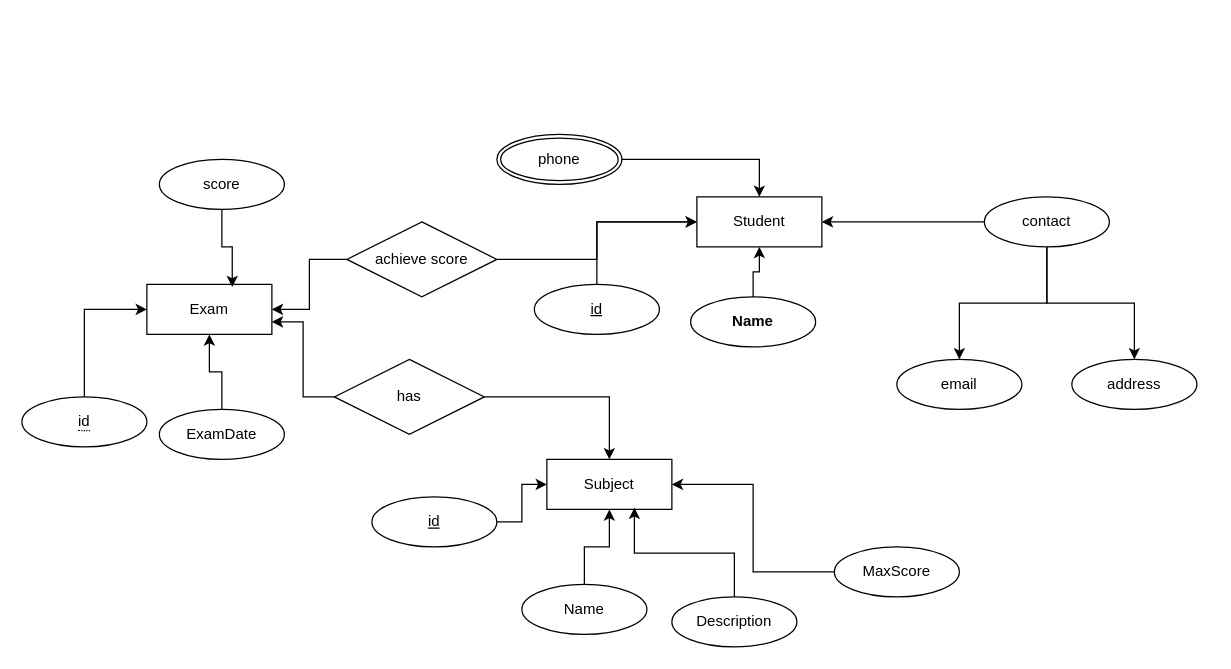
Before: iti1.drawio in andrew-atef/andrew-atef, a draw.io diagram. Source tidied: cells renumbered, new cells numbered last; positions are measured from the earlier drawing's top-left corner, leaving out a move shared by most shapes. Both pictures are drawn from the tidied source at 125%, with x=0, y=0 at pixel (21, 134).
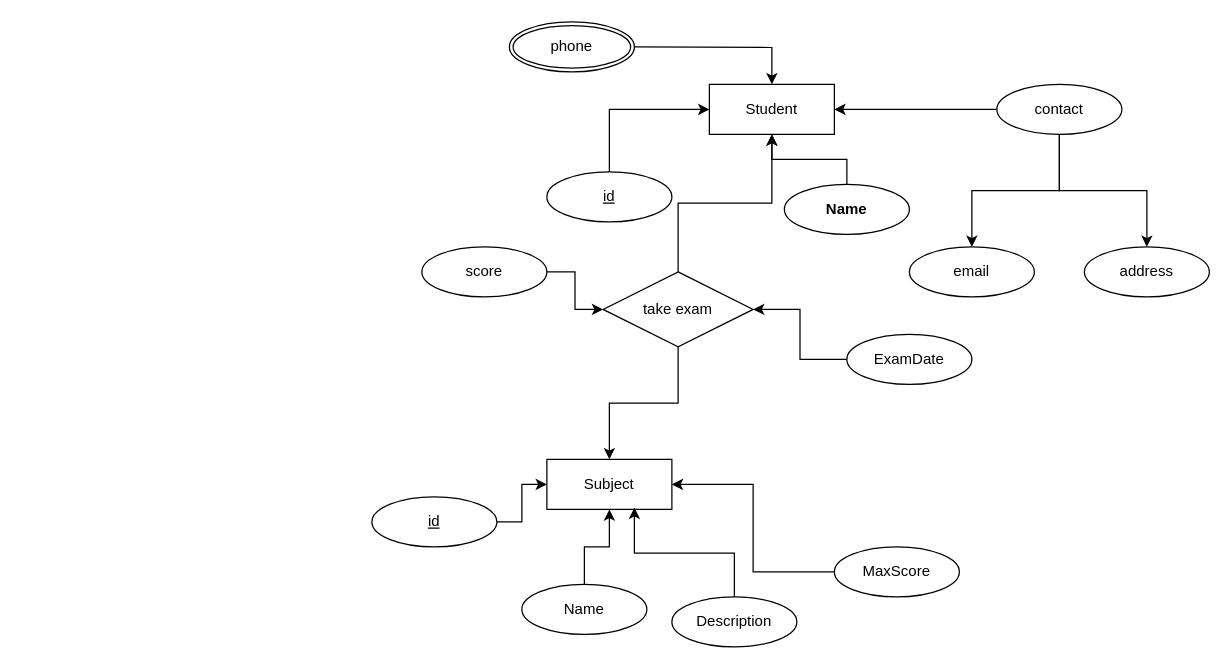
After the change.

Unchanged cells that the change refers to:
```xml
<mxCell id="15" value="Subject" style="whiteSpace=wrap;html=1;align=center;" parent="1" vertex="1">
  <mxGeometry x="420" y="260" width="100" height="40" as="geometry" />
</mxCell>
```

Diff of the diagram source:
```diff
@@
     <mxCell id="2" value="Student" style="whiteSpace=wrap;html=1;align=center;" parent="1" vertex="1">
-      <mxGeometry x="540" y="50" width="100" height="40" as="geometry" />
+      <mxGeometry x="550" y="-40" width="100" height="40" as="geometry" />
     </mxCell>
@@
     <mxCell id="4" value="Name" style="ellipse;whiteSpace=wrap;html=1;align=center;fontStyle=1;" parent="1" vertex="1">
-      <mxGeometry x="535" y="130" width="100" height="40" as="geometry" />
+      <mxGeometry x="610" y="40" width="100" height="40" as="geometry" />
     </mxCell>
@@
     <mxCell id="6" value="id" style="ellipse;whiteSpace=wrap;html=1;align=center;fontStyle=4;" parent="1" vertex="1">
-      <mxGeometry x="410" y="120" width="100" height="40" as="geometry" />
+      <mxGeometry x="420" y="30" width="100" height="40" as="geometry" />
     </mxCell>
@@
     <mxCell id="10" value="contact" style="ellipse;whiteSpace=wrap;html=1;align=center;" parent="1" vertex="1">
-      <mxGeometry x="770" y="50" width="100" height="40" as="geometry" />
+      <mxGeometry x="780" y="-40" width="100" height="40" as="geometry" />
     </mxCell>
     <mxCell id="11" value="email" style="ellipse;whiteSpace=wrap;html=1;align=center;" parent="1" vertex="1">
-      <mxGeometry x="700" y="180" width="100" height="40" as="geometry" />
+      <mxGeometry x="710" y="90" width="100" height="40" as="geometry" />
     </mxCell>
     <mxCell id="12" value="address" style="ellipse;whiteSpace=wrap;html=1;align=center;" parent="1" vertex="1">
-      <mxGeometry x="840" y="180" width="100" height="40" as="geometry" />
+      <mxGeometry x="850" y="90" width="100" height="40" as="geometry" />
     </mxCell>
-    <mxCell id="13" style="edgeStyle=orthogonalEdgeStyle;rounded=0;jettySize=auto;html=1;entryX=0.5;entryY=0;entryDx=0;entryDy=0;" parent="1" edge="1" source="14" target="2">
-      <mxGeometry relative="1" as="geometry" />
+    <mxCell id="13" style="edgeStyle=orthogonalEdgeStyle;rounded=0;jettySize=auto;html=1;entryX=0.5;entryY=0;entryDx=0;entryDy=0;" parent="1" edge="1" target="2">
+      <mxGeometry relative="1" as="geometry">
+        <mxPoint x="490" y="-70" as="sourcePoint" />
+      </mxGeometry>
     </mxCell>
     <mxCell id="14" value="phone" style="ellipse;shape=doubleEllipse;margin=3;whiteSpace=wrap;html=1;align=center;" parent="1" vertex="1">
-      <mxGeometry x="380" width="100" height="40" as="geometry" />
+      <mxGeometry x="390" y="-90" width="100" height="40" as="geometry" />
     </mxCell>
@@
-    <mxCell id="24" value="Exam" style="whiteSpace=wrap;html=1;align=center;" parent="1" vertex="1">
-      <mxGeometry x="100" y="120" width="100" height="40" as="geometry" />
-    </mxCell>
-    <mxCell id="25" style="edgeStyle=orthogonalEdgeStyle;rounded=0;jettySize=auto;html=1;entryX=0;entryY=0.5;entryDx=0;entryDy=0;" parent="1" edge="1" source="26" target="24">
-      <mxGeometry relative="1" as="geometry" />
-    </mxCell>
-    <mxCell id="26" value="&lt;span style=&quot;border-bottom: 1px dotted&quot;&gt;id&lt;br&gt;&lt;/span&gt;" style="ellipse;whiteSpace=wrap;html=1;align=center;" parent="1" vertex="1">
-      <mxGeometry y="210" width="100" height="40" as="geometry" />
-    </mxCell>
-    <mxCell id="27" style="edgeStyle=orthogonalEdgeStyle;rounded=0;jettySize=auto;html=1;entryX=0.5;entryY=1;entryDx=0;entryDy=0;" parent="1" edge="1" source="28" target="24">
+    <mxCell id="27" style="edgeStyle=orthogonalEdgeStyle;rounded=0;jettySize=auto;html=1;entryX=1;entryY=0.5;entryDx=0;entryDy=0;" parent="1" edge="1" source="28" target="33">
       <mxGeometry relative="1" as="geometry" />
     </mxCell>
     <mxCell id="28" value="ExamDate" style="ellipse;whiteSpace=wrap;html=1;align=center;" parent="1" vertex="1">
-      <mxGeometry x="110" y="220" width="100" height="40" as="geometry" />
+      <mxGeometry x="660" y="160" width="100" height="40" as="geometry" />
     </mxCell>
-    <mxCell id="29" style="edgeStyle=orthogonalEdgeStyle;rounded=0;jettySize=auto;html=1;entryX=0.683;entryY=0.054;entryDx=0;entryDy=0;entryPerimeter=0;" parent="1" edge="1" source="30" target="24">
+    <mxCell id="29" style="edgeStyle=orthogonalEdgeStyle;rounded=0;jettySize=auto;html=1;entryX=0;entryY=0.5;entryDx=0;entryDy=0;" parent="1" edge="1" source="30" target="33">
       <mxGeometry relative="1" as="geometry" />
     </mxCell>
     <mxCell id="30" value="score" style="ellipse;whiteSpace=wrap;html=1;align=center;" parent="1" vertex="1">
-      <mxGeometry x="110" y="20" width="100" height="40" as="geometry" />
+      <mxGeometry x="320" y="90" width="100" height="40" as="geometry" />
     </mxCell>
@@
-    <mxCell id="32" style="edgeStyle=orthogonalEdgeStyle;rounded=0;jettySize=auto;html=1;entryX=1;entryY=0.5;entryDx=0;entryDy=0;" parent="1" edge="1" source="33" target="24">
-      <mxGeometry relative="1" as="geometry" />
-    </mxCell>
+    <mxCell id="37" style="edgeStyle=orthogonalEdgeStyle;rounded=0;jettySize=auto;html=1;entryX=0.5;entryY=0;entryDx=0;entryDy=0;" parent="1" edge="1" source="33" target="15">
+      <mxGeometry relative="1" as="geometry" />
+    </mxCell>
-    <mxCell id="33" value="achieve score" style="shape=rhombus;perimeter=rhombusPerimeter;whiteSpace=wrap;html=1;align=center;" parent="1" vertex="1">
-      <mxGeometry x="260" y="70" width="120" height="60" as="geometry" />
+    <mxCell id="33" value="take exam" style="shape=rhombus;perimeter=rhombusPerimeter;whiteSpace=wrap;html=1;align=center;" parent="1" vertex="1">
+      <mxGeometry x="465" y="110" width="120" height="60" as="geometry" />
     </mxCell>
-    <mxCell id="34" style="edgeStyle=orthogonalEdgeStyle;rounded=0;jettySize=auto;html=1;entryX=1;entryY=0.75;entryDx=0;entryDy=0;" parent="1" edge="1" source="36" target="24">
-      <mxGeometry relative="1" as="geometry" />
-    </mxCell>
-    <mxCell id="35" style="edgeStyle=orthogonalEdgeStyle;rounded=0;jettySize=auto;html=1;entryX=0.5;entryY=0;entryDx=0;entryDy=0;" parent="1" edge="1" source="36" target="15">
-      <mxGeometry relative="1" as="geometry" />
-    </mxCell>
-    <mxCell id="36" value="has" style="shape=rhombus;perimeter=rhombusPerimeter;whiteSpace=wrap;html=1;align=center;" parent="1" vertex="1">
-      <mxGeometry x="250" y="180" width="120" height="60" as="geometry" />
-    </mxCell>
```
